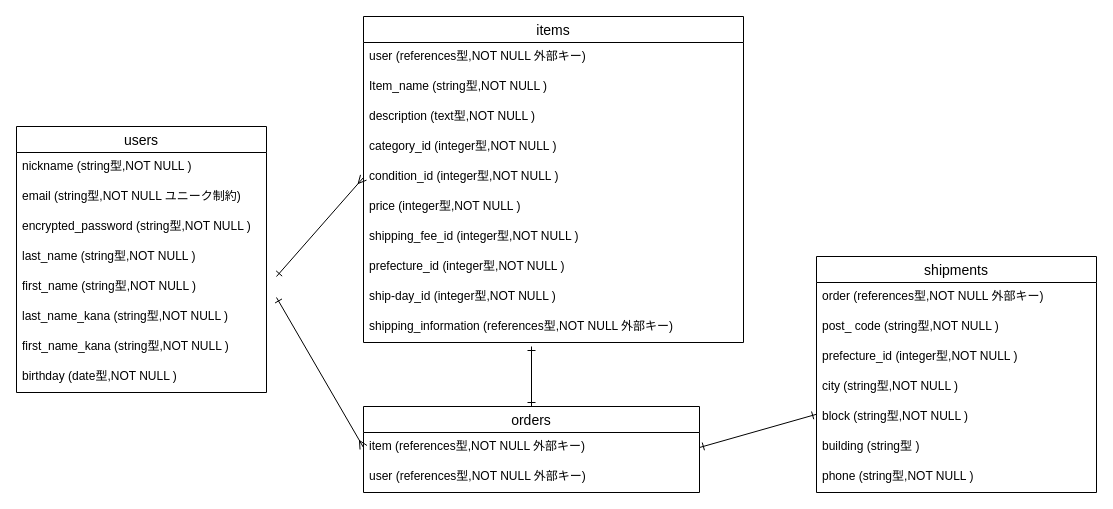
This is furima.dio from kotalo122/furima-38818, a draw.io file, before an edit. Source tidied: cells renumbered, new cells numbered last; positions are measured from the earlier drawing's top-left corner, leaving out a move shared by most shapes. Both pictures are drawn from the tidied source at 100%, with x=0, y=0 at pixel (16, 16).
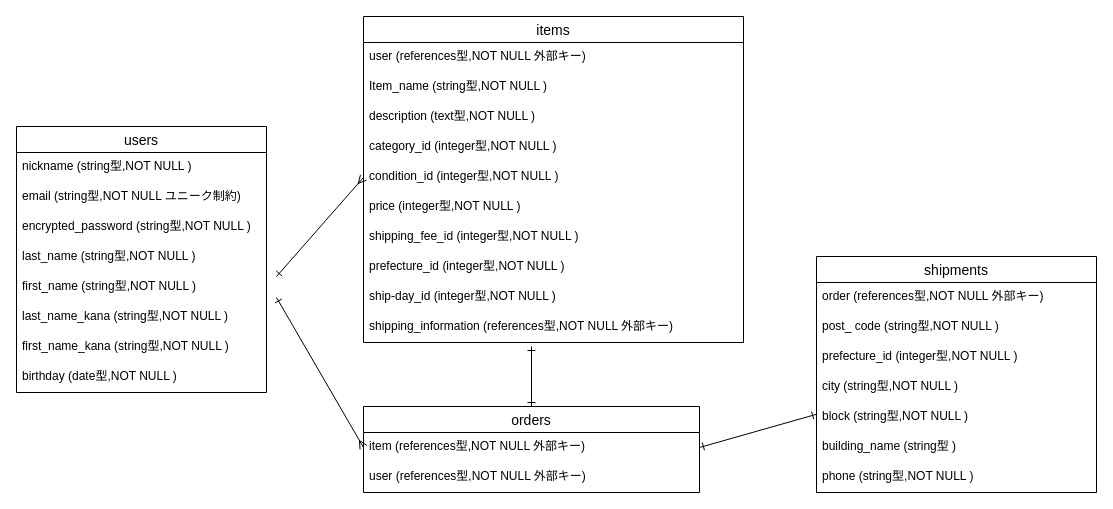
Above is the later version.

Unchanged cells that the change refers to:
```xml
<mxCell id="27" value="shipments" style="swimlane;fontStyle=0;horizontal=1;startSize=26;align=center;fontSize=14;" parent="1" vertex="1">
  <mxGeometry x="800" y="240" width="280" height="236" as="geometry" />
</mxCell>
```

Change to the diagram source:
```diff
@@
-    <mxCell id="33" value="building (string型 )" style="text;strokeColor=none;fillColor=none;spacingLeft=4;spacingRight=4;overflow=hidden;fontSize=12;" parent="27" vertex="1">
+    <mxCell id="33" value="building_name (string型 )" style="text;strokeColor=none;fillColor=none;spacingLeft=4;spacingRight=4;overflow=hidden;fontSize=12;" parent="27" vertex="1">
       <mxGeometry y="176" width="280" height="30" as="geometry" />
     </mxCell>
```
